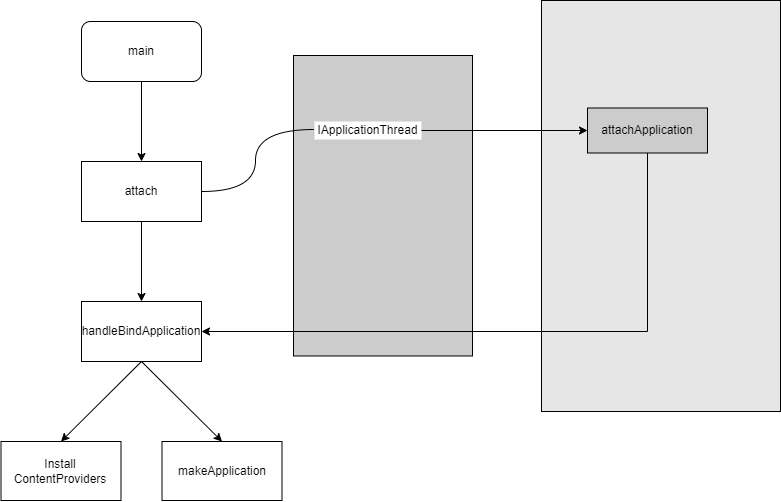
Above: res/ContentProvider 的启动过程.drawio.png in huanggenghg/huanggenghg (draw.io), before the change. Source tidied: cells renumbered, new cells last; positions are measured from the earlier drawing's top-left corner, leaving out a move shared by most shapes.
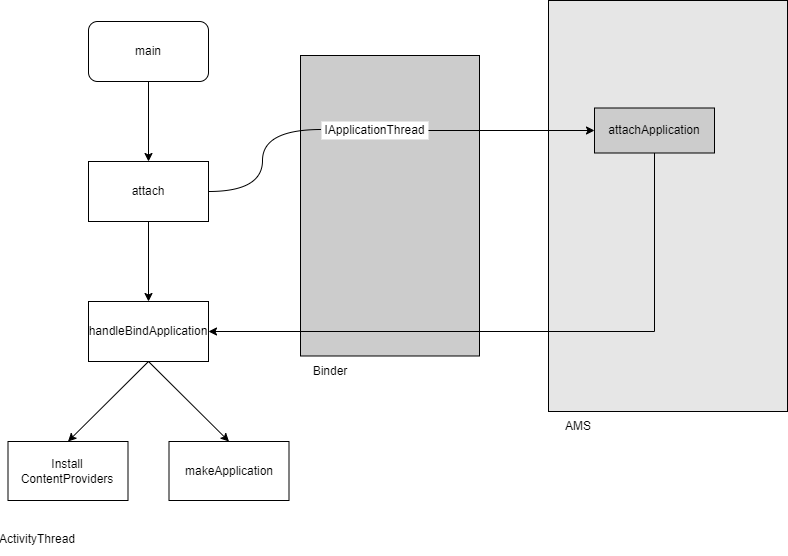
After the commit.

Commit message:
更新ContentProvider 的启动过程.drawio.png

Change to the diagram source:
```diff
@@ -57,5 +57,14 @@
     <mxCell id="17" style="endArrow=classic;html=1;rounded=0;exitX=0.5;exitY=1;exitDx=0;exitDy=0;entryX=0.5;entryY=0;entryDx=0;entryDy=0;" parent="1" edge="1" source="13" target="15">
       <mxGeometry relative="1" as="geometry" />
     </mxCell>
+    <mxCell id="18" value="ActivityThread" style="text;html=1;strokeColor=none;fillColor=none;align=center;verticalAlign=middle;whiteSpace=wrap;rounded=0;" parent="1" vertex="1">
+      <mxGeometry x="0.5" y="524" width="60" height="30" as="geometry" />
+    </mxCell>
+    <mxCell id="19" value="Binder" style="text;html=1;strokeColor=none;fillColor=none;align=center;verticalAlign=middle;whiteSpace=wrap;rounded=0;" parent="1" vertex="1">
+      <mxGeometry x="293" y="355.5" width="60" height="30" as="geometry" />
+    </mxCell>
+    <mxCell id="20" value="AMS" style="text;html=1;strokeColor=none;fillColor=none;align=center;verticalAlign=middle;whiteSpace=wrap;rounded=0;" parent="1" vertex="1">
+      <mxGeometry x="541" y="411" width="60" height="30" as="geometry" />
+    </mxCell>
   </root>
 </mxGraphModel>
```
